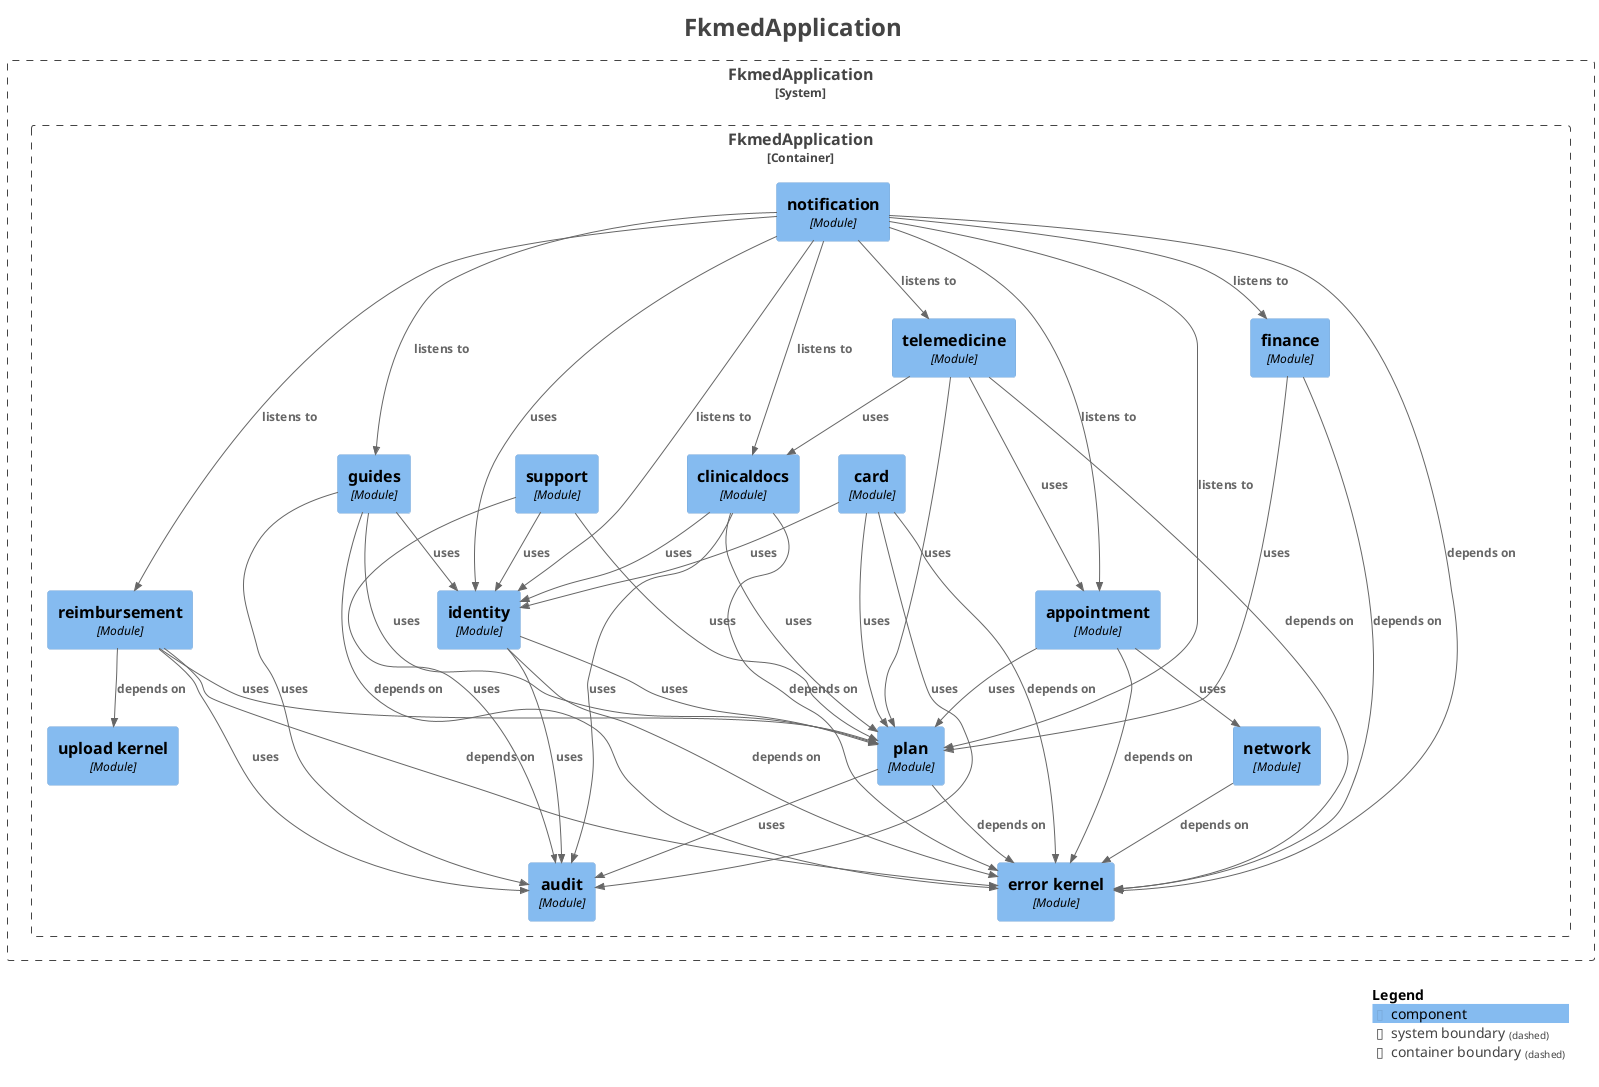
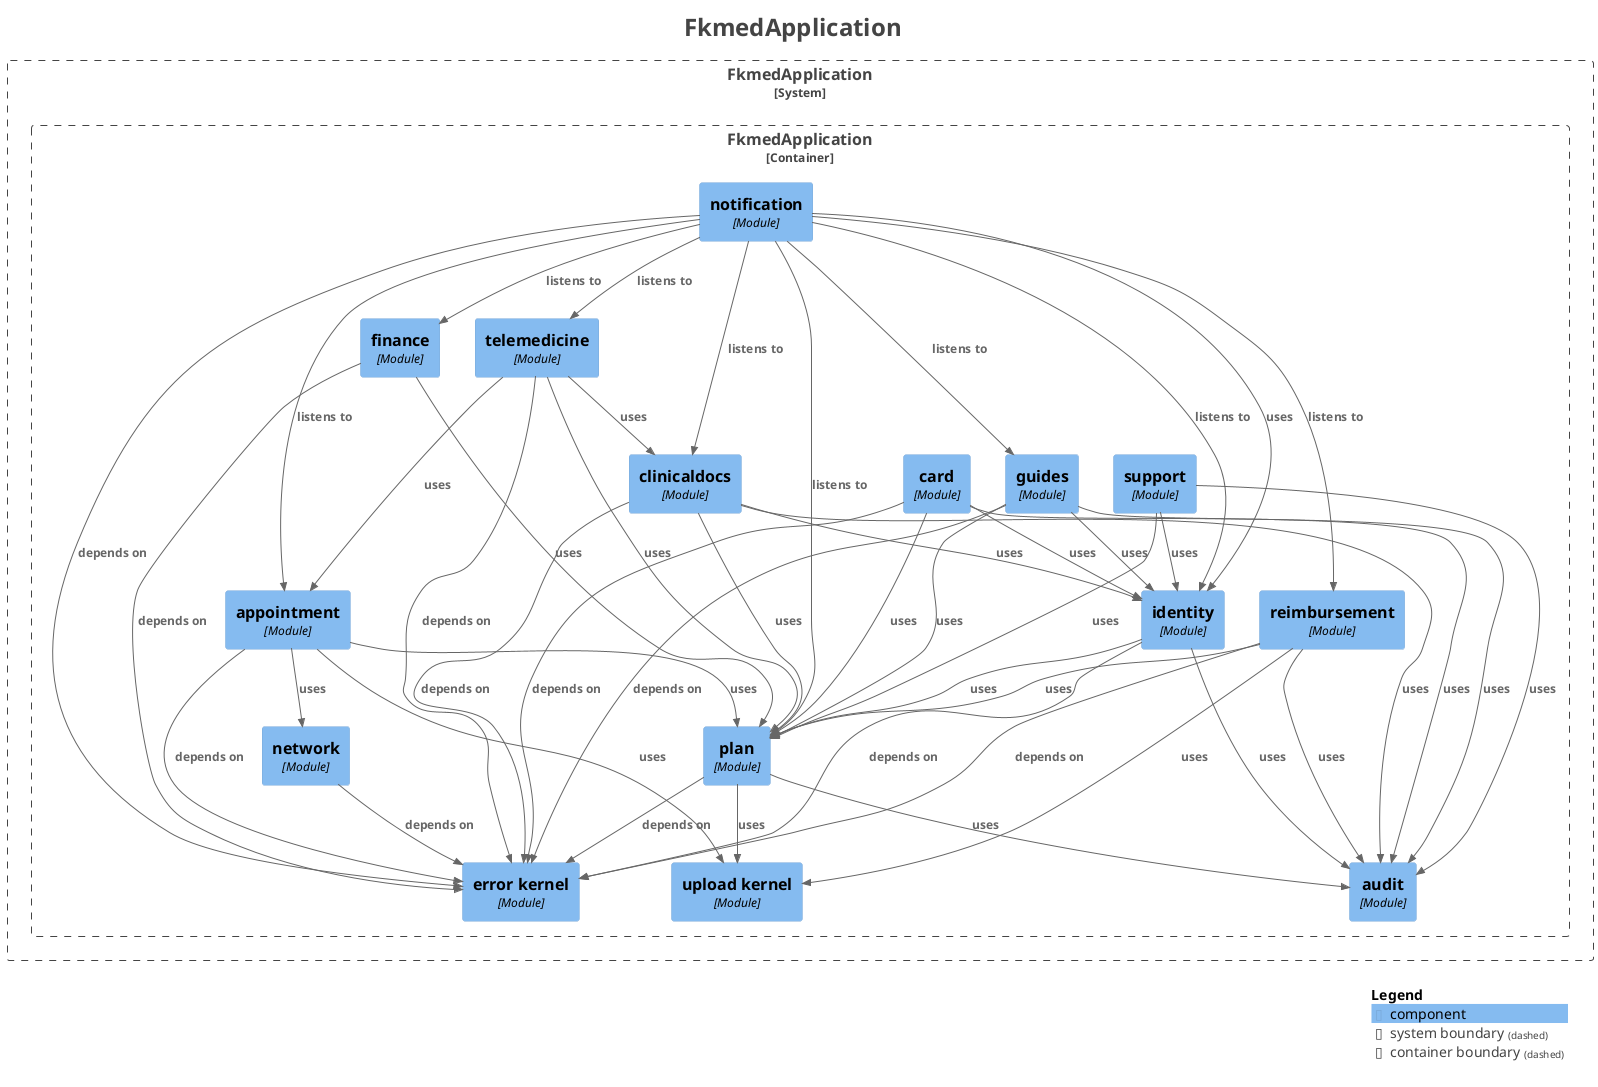
@startuml
title <size:24>FkmedApplication</size>

set separator none
top to bottom direction

<style>
  root {
    BackgroundColor: #ffffff
    FontColor: #444444
  }
</style>

!include <C4/C4>
!include <C4/C4_Context>
!include <C4/C4_Component>

System_Boundary("FkmedApplication_boundary", "FkmedApplication", $tags="") {
  Container_Boundary("FkmedApplication.FkmedApplication_boundary", "FkmedApplication", $tags="") {
    Component(FkmedApplication.FkmedApplication.finance, "finance", $techn="Module", $descr="", $tags="", $link="")
    Component(FkmedApplication.FkmedApplication.identity, "identity", $techn="Module", $descr="", $tags="", $link="")
    Component(FkmedApplication.FkmedApplication.reimbursement, "reimbursement", $techn="Module", $descr="", $tags="", $link="")
    Component(FkmedApplication.FkmedApplication.card, "card", $techn="Module", $descr="", $tags="", $link="")
    Component(FkmedApplication.FkmedApplication.clinicaldocs, "clinicaldocs", $techn="Module", $descr="", $tags="", $link="")
    Component(FkmedApplication.FkmedApplication.guides, "guides", $techn="Module", $descr="", $tags="", $link="")
    Component(FkmedApplication.FkmedApplication.support, "support", $techn="Module", $descr="", $tags="", $link="")
    Component(FkmedApplication.FkmedApplication.telemedicine, "telemedicine", $techn="Module", $descr="", $tags="", $link="")
    Component(FkmedApplication.FkmedApplication.notification, "notification", $techn="Module", $descr="", $tags="", $link="")
    Component(FkmedApplication.FkmedApplication.audit, "audit", $techn="Module", $descr="", $tags="", $link="")
    Component(FkmedApplication.FkmedApplication.errorkernel, "error kernel", $techn="Module", $descr="", $tags="", $link="")
    Component(FkmedApplication.FkmedApplication.uploadkernel, "upload kernel", $techn="Module", $descr="", $tags="", $link="")
    Component(FkmedApplication.FkmedApplication.network, "network", $techn="Module", $descr="", $tags="", $link="")
    Component(FkmedApplication.FkmedApplication.plan, "plan", $techn="Module", $descr="", $tags="", $link="")
    Component(FkmedApplication.FkmedApplication.appointment, "appointment", $techn="Module", $descr="", $tags="", $link="")
  }

}

Rel(FkmedApplication.FkmedApplication.appointment, FkmedApplication.FkmedApplication.errorkernel, "depends on", $techn="", $tags="", $link="")
Rel(FkmedApplication.FkmedApplication.appointment, FkmedApplication.FkmedApplication.network, "uses", $techn="", $tags="", $link="")
Rel(FkmedApplication.FkmedApplication.appointment, FkmedApplication.FkmedApplication.plan, "uses", $techn="", $tags="", $link="")
+ Rel(FkmedApplication.FkmedApplication.appointment, FkmedApplication.FkmedApplication.uploadkernel, "uses", $techn="", $tags="", $link="")
Rel(FkmedApplication.FkmedApplication.card, FkmedApplication.FkmedApplication.audit, "uses", $techn="", $tags="", $link="")
Rel(FkmedApplication.FkmedApplication.card, FkmedApplication.FkmedApplication.errorkernel, "depends on", $techn="", $tags="", $link="")
Rel(FkmedApplication.FkmedApplication.card, FkmedApplication.FkmedApplication.identity, "uses", $techn="", $tags="", $link="")
Rel(FkmedApplication.FkmedApplication.card, FkmedApplication.FkmedApplication.plan, "uses", $techn="", $tags="", $link="")
Rel(FkmedApplication.FkmedApplication.clinicaldocs, FkmedApplication.FkmedApplication.audit, "uses", $techn="", $tags="", $link="")
Rel(FkmedApplication.FkmedApplication.clinicaldocs, FkmedApplication.FkmedApplication.errorkernel, "depends on", $techn="", $tags="", $link="")
Rel(FkmedApplication.FkmedApplication.clinicaldocs, FkmedApplication.FkmedApplication.identity, "uses", $techn="", $tags="", $link="")
Rel(FkmedApplication.FkmedApplication.clinicaldocs, FkmedApplication.FkmedApplication.plan, "uses", $techn="", $tags="", $link="")
Rel(FkmedApplication.FkmedApplication.finance, FkmedApplication.FkmedApplication.errorkernel, "depends on", $techn="", $tags="", $link="")
Rel(FkmedApplication.FkmedApplication.finance, FkmedApplication.FkmedApplication.plan, "uses", $techn="", $tags="", $link="")
Rel(FkmedApplication.FkmedApplication.guides, FkmedApplication.FkmedApplication.audit, "uses", $techn="", $tags="", $link="")
Rel(FkmedApplication.FkmedApplication.guides, FkmedApplication.FkmedApplication.errorkernel, "depends on", $techn="", $tags="", $link="")
Rel(FkmedApplication.FkmedApplication.guides, FkmedApplication.FkmedApplication.identity, "uses", $techn="", $tags="", $link="")
Rel(FkmedApplication.FkmedApplication.guides, FkmedApplication.FkmedApplication.plan, "uses", $techn="", $tags="", $link="")
Rel(FkmedApplication.FkmedApplication.identity, FkmedApplication.FkmedApplication.audit, "uses", $techn="", $tags="", $link="")
Rel(FkmedApplication.FkmedApplication.identity, FkmedApplication.FkmedApplication.errorkernel, "depends on", $techn="", $tags="", $link="")
Rel(FkmedApplication.FkmedApplication.identity, FkmedApplication.FkmedApplication.plan, "uses", $techn="", $tags="", $link="")
Rel(FkmedApplication.FkmedApplication.network, FkmedApplication.FkmedApplication.errorkernel, "depends on", $techn="", $tags="", $link="")
Rel(FkmedApplication.FkmedApplication.notification, FkmedApplication.FkmedApplication.appointment, "listens to", $techn="", $tags="", $link="")
Rel(FkmedApplication.FkmedApplication.notification, FkmedApplication.FkmedApplication.clinicaldocs, "listens to", $techn="", $tags="", $link="")
Rel(FkmedApplication.FkmedApplication.notification, FkmedApplication.FkmedApplication.errorkernel, "depends on", $techn="", $tags="", $link="")
Rel(FkmedApplication.FkmedApplication.notification, FkmedApplication.FkmedApplication.finance, "listens to", $techn="", $tags="", $link="")
Rel(FkmedApplication.FkmedApplication.notification, FkmedApplication.FkmedApplication.guides, "listens to", $techn="", $tags="", $link="")
Rel(FkmedApplication.FkmedApplication.notification, FkmedApplication.FkmedApplication.identity, "listens to", $techn="", $tags="", $link="")
Rel(FkmedApplication.FkmedApplication.notification, FkmedApplication.FkmedApplication.identity, "uses", $techn="", $tags="", $link="")
Rel(FkmedApplication.FkmedApplication.notification, FkmedApplication.FkmedApplication.plan, "listens to", $techn="", $tags="", $link="")
Rel(FkmedApplication.FkmedApplication.notification, FkmedApplication.FkmedApplication.reimbursement, "listens to", $techn="", $tags="", $link="")
Rel(FkmedApplication.FkmedApplication.notification, FkmedApplication.FkmedApplication.telemedicine, "listens to", $techn="", $tags="", $link="")
Rel(FkmedApplication.FkmedApplication.plan, FkmedApplication.FkmedApplication.audit, "uses", $techn="", $tags="", $link="")
Rel(FkmedApplication.FkmedApplication.plan, FkmedApplication.FkmedApplication.errorkernel, "depends on", $techn="", $tags="", $link="")
+ Rel(FkmedApplication.FkmedApplication.plan, FkmedApplication.FkmedApplication.uploadkernel, "uses", $techn="", $tags="", $link="")
Rel(FkmedApplication.FkmedApplication.reimbursement, FkmedApplication.FkmedApplication.audit, "uses", $techn="", $tags="", $link="")
Rel(FkmedApplication.FkmedApplication.reimbursement, FkmedApplication.FkmedApplication.errorkernel, "depends on", $techn="", $tags="", $link="")
Rel(FkmedApplication.FkmedApplication.reimbursement, FkmedApplication.FkmedApplication.plan, "uses", $techn="", $tags="", $link="")
- Rel(FkmedApplication.FkmedApplication.reimbursement, FkmedApplication.FkmedApplication.uploadkernel, "depends on", $techn="", $tags="", $link="")
+ Rel(FkmedApplication.FkmedApplication.reimbursement, FkmedApplication.FkmedApplication.uploadkernel, "uses", $techn="", $tags="", $link="")
Rel(FkmedApplication.FkmedApplication.support, FkmedApplication.FkmedApplication.audit, "uses", $techn="", $tags="", $link="")
Rel(FkmedApplication.FkmedApplication.support, FkmedApplication.FkmedApplication.identity, "uses", $techn="", $tags="", $link="")
Rel(FkmedApplication.FkmedApplication.support, FkmedApplication.FkmedApplication.plan, "uses", $techn="", $tags="", $link="")
Rel(FkmedApplication.FkmedApplication.telemedicine, FkmedApplication.FkmedApplication.appointment, "uses", $techn="", $tags="", $link="")
Rel(FkmedApplication.FkmedApplication.telemedicine, FkmedApplication.FkmedApplication.clinicaldocs, "uses", $techn="", $tags="", $link="")
Rel(FkmedApplication.FkmedApplication.telemedicine, FkmedApplication.FkmedApplication.errorkernel, "depends on", $techn="", $tags="", $link="")
Rel(FkmedApplication.FkmedApplication.telemedicine, FkmedApplication.FkmedApplication.plan, "uses", $techn="", $tags="", $link="")

SHOW_LEGEND(true)
hide stereotypes
@enduml